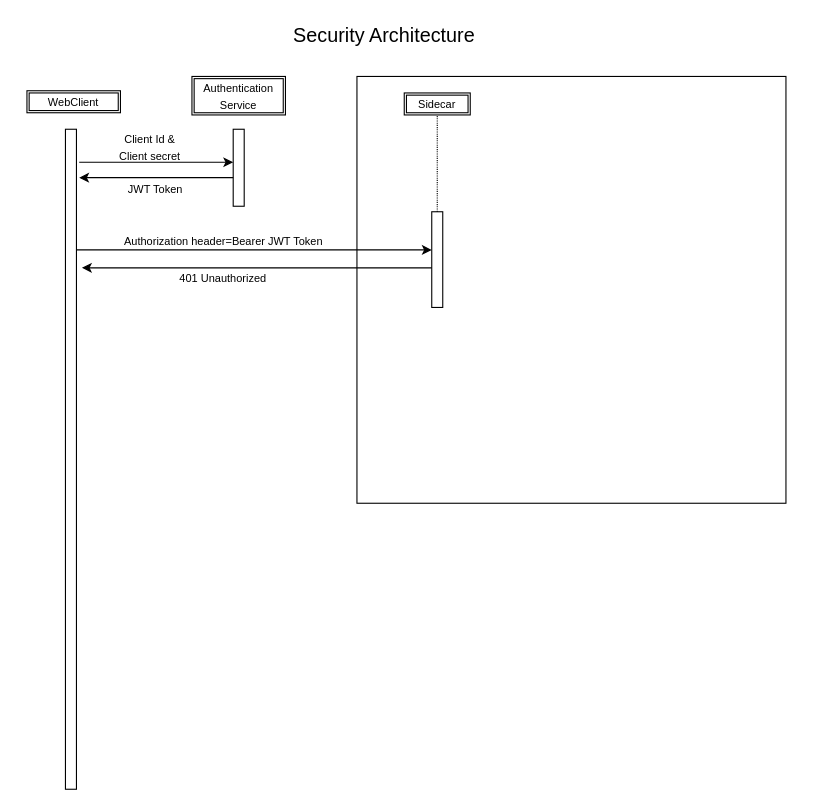
Earlier version of the draw.io diagram Security.drawio (rod-ag/Technical-Documentation). Source tidied: cells renumbered, new cells numbered last; positions are measured from the earlier drawing's top-left corner, leaving out a move shared by most shapes. Both pictures are drawn from the tidied source at 110%, with x=0, y=0 at pixel (26, 19).
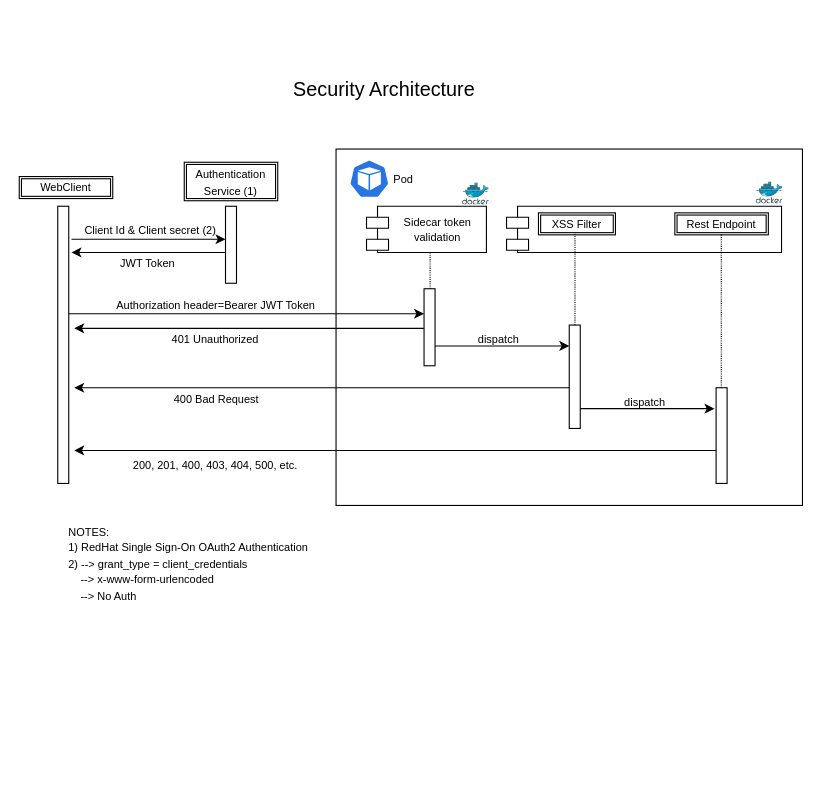
After the change.

Change to the diagram source:
```diff
@@
+    <mxCell id="11" style="rounded=0;whiteSpace=wrap;html=1;" parent="1" vertex="1">
+      <mxGeometry x="281" y="118" width="424" height="324" as="geometry" />
+    </mxCell>
+    <mxCell id="19" style="shape=module;align=left;spacingLeft=20;align=center;verticalAlign=top;whiteSpace=wrap;html=1;" parent="1" vertex="1">
+      <mxGeometry x="436" y="170" width="250" height="42" as="geometry" />
+    </mxCell>
     <mxCell id="2" value="&lt;div&gt;&lt;font style=&quot;font-size: 10px;&quot;&gt;WebClient&lt;/font&gt;&lt;/div&gt;" style="shape=ext;double=1;rounded=0;whiteSpace=wrap;html=1;" parent="1" vertex="1">
-      <mxGeometry y="65" width="85" height="20" as="geometry" />
+      <mxGeometry x="-7" y="143" width="85" height="20" as="geometry" />
     </mxCell>
     <mxCell id="3" style="html=1;perimeter=orthogonalPerimeter;targetShapes=umlLifeline;newEdgeStyle={&quot;curved&quot;:0,&quot;rounded&quot;:0};" parent="1" vertex="1">
-      <mxGeometry x="35" y="100" width="10" height="600" as="geometry" />
+      <mxGeometry x="28" y="170" width="10" height="252" as="geometry" />
     </mxCell>
-    <mxCell id="4" value="&lt;font style=&quot;font-size: 10px;&quot;&gt;Authentication Service&lt;/font&gt;" style="shape=ext;double=1;rounded=0;whiteSpace=wrap;html=1;" parent="1" vertex="1">
-      <mxGeometry x="150" y="52" width="85" height="35" as="geometry" />
+    <mxCell id="4" value="&lt;font style=&quot;font-size: 10px;&quot;&gt;Authentication Service (1)&lt;/font&gt;" style="shape=ext;double=1;rounded=0;whiteSpace=wrap;html=1;" parent="1" vertex="1">
+      <mxGeometry x="143" y="130" width="85" height="35" as="geometry" />
     </mxCell>
     <mxCell id="5" style="endArrow=classic;html=1;rounded=0;" parent="1" edge="1">
       <mxGeometry relative="1" as="geometry">
-        <mxPoint x="47.5" y="130" as="sourcePoint" />
-        <mxPoint x="187.5" y="130" as="targetPoint" />
+        <mxPoint x="40.5" y="200" as="sourcePoint" />
+        <mxPoint x="180.5" y="200" as="targetPoint" />
       </mxGeometry>
     </mxCell>
     <mxCell id="6" style="html=1;perimeter=orthogonalPerimeter;targetShapes=umlLifeline;newEdgeStyle={&quot;curved&quot;:0,&quot;rounded&quot;:0};" parent="1" vertex="1">
-      <mxGeometry x="187.5" y="100" width="10" height="70" as="geometry" />
+      <mxGeometry x="180.5" y="170" width="10" height="70" as="geometry" />
     </mxCell>
-    <mxCell id="7" value="&lt;font style=&quot;font-size: 10px;&quot;&gt;Client Id &amp;amp; Client secret&lt;/font&gt;" style="text;html=1;whiteSpace=wrap;strokeColor=none;fillColor=none;align=center;verticalAlign=middle;rounded=0;" parent="1" vertex="1">
-      <mxGeometry x="77" y="106" width="70" height="20" as="geometry" />
+    <mxCell id="7" value="&lt;font style=&quot;font-size: 10px;&quot;&gt;Client Id &amp;amp; Client secret&lt;/font&gt;&lt;font style=&quot;font-size: 10px;&quot;&gt;&amp;nbsp;(2)&lt;/font&gt;" style="text;html=1;whiteSpace=wrap;strokeColor=none;fillColor=none;align=center;verticalAlign=middle;rounded=0;" parent="1" vertex="1">
+      <mxGeometry x="49.5" y="182" width="125" height="20" as="geometry" />
     </mxCell>
     <mxCell id="8" style="endArrow=classic;html=1;rounded=0;" parent="1" edge="1">
       <mxGeometry relative="1" as="geometry">
-        <mxPoint x="187.5" y="144" as="sourcePoint" />
-        <mxPoint x="47.5" y="144" as="targetPoint" />
+        <mxPoint x="180.5" y="212" as="sourcePoint" />
+        <mxPoint x="40.5" y="212" as="targetPoint" />
       </mxGeometry>
     </mxCell>
     <mxCell id="9" value="&lt;font style=&quot;font-size: 10px;&quot;&gt;JWT Token&lt;/font&gt;" style="text;html=1;whiteSpace=wrap;strokeColor=none;fillColor=none;align=center;verticalAlign=middle;rounded=0;" parent="1" vertex="1">
-      <mxGeometry x="82" y="144" width="70" height="20" as="geometry" />
+      <mxGeometry x="75" y="212" width="70" height="20" as="geometry" />
     </mxCell>
     <mxCell id="10" value="&lt;font style=&quot;font-size: 18px;&quot;&gt;Security Architecture&lt;/font&gt;" style="text;html=1;whiteSpace=wrap;strokeColor=none;fillColor=none;align=center;verticalAlign=middle;rounded=0;" parent="1" vertex="1">
-      <mxGeometry x="230" width="190" height="30" as="geometry" />
+      <mxGeometry x="230" y="49" width="190" height="30" as="geometry" />
     </mxCell>
-    <mxCell id="11" style="rounded=0;whiteSpace=wrap;html=1;" parent="1" vertex="1">
-      <mxGeometry x="300" y="52" width="390" height="388" as="geometry" />
-    </mxCell>
-    <mxCell id="12" value="&lt;div&gt;&lt;font style=&quot;font-size: 10px;&quot;&gt;Sidecar&lt;/font&gt;&lt;/div&gt;" style="shape=ext;double=1;rounded=0;whiteSpace=wrap;html=1;" parent="1" vertex="1">
-      <mxGeometry x="343" y="67" width="60" height="20" as="geometry" />
-    </mxCell>
     <mxCell id="13" style="html=1;points=[[0,0,0,0,5],[0,1,0,0,-5],[1,0,0,0,5],[1,1,0,0,-5]];perimeter=orthogonalPerimeter;outlineConnect=0;targetShapes=umlLifeline;portConstraint=eastwest;newEdgeStyle={&quot;curved&quot;:0,&quot;rounded&quot;:0};" parent="1" vertex="1">
-      <mxGeometry x="368" y="175" width="10" height="87" as="geometry" />
+      <mxGeometry x="361" y="245" width="10" height="70" as="geometry" />
     </mxCell>
-    <mxCell id="14" style="endArrow=none;dashed=1;html=1;rounded=0;dashPattern=1 1;entryX=0.5;entryY=1;entryDx=0;entryDy=0;" parent="1" edge="1" source="13" target="12">
-      <mxGeometry relative="1" as="geometry" />
+    <mxCell id="14" style="endArrow=none;dashed=1;html=1;rounded=0;dashPattern=1 1;entryX=0.5;entryY=1;entryDx=0;entryDy=0;" parent="1" edge="1">
+      <mxGeometry relative="1" as="geometry">
+        <mxPoint x="366.5" y="245" as="sourcePoint" />
+        <mxPoint x="366.5" y="197" as="targetPoint" />
+      </mxGeometry>
     </mxCell>
-    <mxCell id="15" style="endArrow=classic;html=1;rounded=0;" parent="1" edge="1" target="13">
+    <mxCell id="15" style="endArrow=classic;html=1;rounded=0;" parent="1" edge="1">
       <mxGeometry relative="1" as="geometry">
-        <mxPoint x="45" y="209.7" as="sourcePoint" />
+        <mxPoint x="38" y="267.7" as="sourcePoint" />
+        <mxPoint x="361" y="267.7" as="targetPoint" />
       </mxGeometry>
     </mxCell>
     <mxCell id="16" value="&lt;div&gt;&lt;font style=&quot;font-size: 10px;&quot;&gt;Authorization header=Bearer JWT Token&lt;/font&gt;&lt;/div&gt;" style="text;html=1;whiteSpace=wrap;strokeColor=none;fillColor=none;align=center;verticalAlign=middle;rounded=0;" parent="1" vertex="1">
-      <mxGeometry x="77" y="192" width="204" height="20" as="geometry" />
+      <mxGeometry x="70" y="250" width="204" height="20" as="geometry" />
     </mxCell>
     <mxCell id="17" style="endArrow=classic;html=1;rounded=0;" parent="1" edge="1">
       <mxGeometry relative="1" as="geometry">
-        <mxPoint x="368" y="226" as="sourcePoint" />
-        <mxPoint x="50" y="226" as="targetPoint" />
+        <mxPoint x="361" y="281" as="sourcePoint" />
+        <mxPoint x="43" y="281" as="targetPoint" />
       </mxGeometry>
     </mxCell>
     <mxCell id="18" value="&lt;font style=&quot;font-size: 10px;&quot;&gt;401 Unauthorized&lt;/font&gt;" style="text;html=1;whiteSpace=wrap;strokeColor=none;fillColor=none;align=center;verticalAlign=middle;rounded=0;" parent="1" vertex="1">
-      <mxGeometry x="133" y="225" width="91" height="20" as="geometry" />
+      <mxGeometry x="126" y="281" width="91" height="20" as="geometry" />
     </mxCell>
+    <mxCell id="20" style="endArrow=classic;html=1;rounded=0;" parent="1" edge="1">
+      <mxGeometry relative="1" as="geometry">
+        <mxPoint x="371" y="297" as="sourcePoint" />
+        <mxPoint x="493" y="297" as="targetPoint" />
+      </mxGeometry>
+    </mxCell>
+    <mxCell id="21" value="&lt;font style=&quot;font-size: 10px;&quot;&gt;dispatch&lt;/font&gt;" style="text;html=1;whiteSpace=wrap;strokeColor=none;fillColor=none;align=center;verticalAlign=middle;rounded=0;" parent="1" vertex="1">
+      <mxGeometry x="394" y="281" width="70" height="20" as="geometry" />
+    </mxCell>
+    <mxCell id="22" style="html=1;points=[[0,0,0,0,5],[0,1,0,0,-5],[1,0,0,0,5],[1,1,0,0,-5]];perimeter=orthogonalPerimeter;outlineConnect=0;targetShapes=umlLifeline;portConstraint=eastwest;newEdgeStyle={&quot;curved&quot;:0,&quot;rounded&quot;:0};" parent="1" vertex="1">
+      <mxGeometry x="626.5" y="335" width="10" height="87" as="geometry" />
+    </mxCell>
+    <mxCell id="23" style="sketch=0;html=1;dashed=0;whitespace=wrap;verticalLabelPosition=bottom;verticalAlign=top;fillColor=#2875E2;strokeColor=#ffffff;shape=mxgraph.kubernetes.icon2;prIcon=pod;" parent="1" vertex="1">
+      <mxGeometry x="293" y="127.5" width="36.5" height="35" as="geometry" />
+    </mxCell>
+    <mxCell id="24" value="&lt;font style=&quot;font-size: 10px;&quot;&gt;Pod&lt;/font&gt;" style="text;html=1;whiteSpace=wrap;strokeColor=none;fillColor=none;align=center;verticalAlign=middle;rounded=0;" parent="1" vertex="1">
+      <mxGeometry x="324" y="139" width="36.5" height="12" as="geometry" />
+    </mxCell>
+    <mxCell id="25" value="&lt;font style=&quot;font-size: 10px;&quot;&gt;Rest Endpoint&lt;/font&gt;" style="shape=ext;double=1;rounded=0;whiteSpace=wrap;html=1;" parent="1" vertex="1">
+      <mxGeometry x="589" y="176" width="85" height="20" as="geometry" />
+    </mxCell>
+    <mxCell id="26" style="endArrow=none;dashed=1;html=1;rounded=0;dashPattern=1 1;entryX=0.5;entryY=1;entryDx=0;entryDy=0;" parent="1" edge="1" source="22">
+      <mxGeometry relative="1" as="geometry">
+        <mxPoint x="631.2" y="195" as="targetPoint" />
+      </mxGeometry>
+    </mxCell>
+    <mxCell id="27" value="&lt;font style=&quot;font-size: 10px;&quot;&gt;XSS Filter&lt;/font&gt;" style="shape=ext;double=1;rounded=0;whiteSpace=wrap;html=1;" parent="1" vertex="1">
+      <mxGeometry x="465" y="176" width="70" height="20" as="geometry" />
+    </mxCell>
+    <mxCell id="28" style="html=1;points=[[0,0,0,0,5],[0,1,0,0,-5],[1,0,0,0,5],[1,1,0,0,-5]];perimeter=orthogonalPerimeter;outlineConnect=0;targetShapes=umlLifeline;portConstraint=eastwest;newEdgeStyle={&quot;curved&quot;:0,&quot;rounded&quot;:0};" parent="1" vertex="1">
+      <mxGeometry x="493" y="278" width="10" height="94" as="geometry" />
+    </mxCell>
+    <mxCell id="29" style="endArrow=none;dashed=1;html=1;rounded=0;dashPattern=1 1;entryX=0.5;entryY=1;entryDx=0;entryDy=0;" parent="1" edge="1" source="28">
+      <mxGeometry relative="1" as="geometry">
+        <mxPoint x="498.2" y="195" as="targetPoint" />
+      </mxGeometry>
+    </mxCell>
+    <mxCell id="30" style="endArrow=classic;html=1;rounded=0;" parent="1" edge="1">
+      <mxGeometry relative="1" as="geometry">
+        <mxPoint x="493" y="335" as="sourcePoint" />
+        <mxPoint x="43" y="335" as="targetPoint" />
+      </mxGeometry>
+    </mxCell>
+    <mxCell id="31" value="&lt;font style=&quot;font-size: 10px;&quot;&gt;400 Bad Request&lt;/font&gt;" style="text;html=1;whiteSpace=wrap;strokeColor=none;fillColor=none;align=center;verticalAlign=middle;rounded=0;" parent="1" vertex="1">
+      <mxGeometry x="127" y="335" width="91" height="20" as="geometry" />
+    </mxCell>
+    <mxCell id="32" style="endArrow=classic;html=1;rounded=0;" parent="1" edge="1">
+      <mxGeometry relative="1" as="geometry">
+        <mxPoint x="503" y="354" as="sourcePoint" />
+        <mxPoint x="625" y="354" as="targetPoint" />
+      </mxGeometry>
+    </mxCell>
+    <mxCell id="33" value="&lt;font style=&quot;font-size: 10px;&quot;&gt;dispatch&lt;/font&gt;" style="text;html=1;whiteSpace=wrap;strokeColor=none;fillColor=none;align=center;verticalAlign=middle;rounded=0;" parent="1" vertex="1">
+      <mxGeometry x="527" y="338" width="70" height="20" as="geometry" />
+    </mxCell>
+    <mxCell id="34" style="endArrow=classic;html=1;rounded=0;" parent="1" edge="1">
+      <mxGeometry relative="1" as="geometry">
+        <mxPoint x="626.5" y="392" as="sourcePoint" />
+        <mxPoint x="43" y="392" as="targetPoint" />
+      </mxGeometry>
+    </mxCell>
+    <mxCell id="35" value="&lt;font style=&quot;font-size: 10px;&quot;&gt;200, 201, 400, 403, 404, 500, etc.&lt;/font&gt;" style="text;html=1;whiteSpace=wrap;strokeColor=none;fillColor=none;align=center;verticalAlign=middle;rounded=0;" parent="1" vertex="1">
+      <mxGeometry x="87.2" y="395" width="168.5" height="20" as="geometry" />
+    </mxCell>
+    <mxCell id="36" style="image;sketch=0;html=1;align=center;fontSize=12;image=img/lib/mscae/Docker.svg;" parent="1" vertex="1">
+      <mxGeometry x="396" y="149" width="24.4" height="20" as="geometry" />
+    </mxCell>
+    <mxCell id="37" value="&lt;font style=&quot;font-size: 10px;&quot;&gt;Sidecar token validation&lt;/font&gt;" style="shape=module;align=left;spacingLeft=20;align=center;verticalAlign=top;whiteSpace=wrap;html=1;" parent="1" vertex="1">
+      <mxGeometry x="308.7" y="170" width="109" height="42" as="geometry" />
+    </mxCell>
+    <mxCell id="38" style="image;sketch=0;html=1;align=center;fontSize=12;image=img/lib/mscae/Docker.svg;" parent="1" vertex="1">
+      <mxGeometry x="663" y="148" width="24.4" height="20" as="geometry" />
+    </mxCell>
+    <mxCell id="39" value="&lt;font style=&quot;font-size: 10px;&quot;&gt;NOTES:&lt;br&gt;1) RedHat Single Sign-On OAuth2 Authentication&lt;br&gt;2) --&amp;gt; grant_type = client_credentials&lt;br&gt;&lt;/font&gt;&lt;div&gt;&lt;font style=&quot;font-size: 10px;&quot;&gt;&amp;nbsp; &amp;nbsp; --&amp;gt; x-www-form-urlencoded&lt;/font&gt;&lt;/div&gt;&lt;div&gt;&lt;font style=&quot;font-size: 10px;&quot;&gt;&amp;nbsp; &amp;nbsp; --&amp;gt; No Auth&lt;/font&gt;&lt;/div&gt;" style="text;html=1;whiteSpace=wrap;strokeColor=none;fillColor=none;align=left;verticalAlign=top;rounded=0;" parent="1" vertex="1">
+      <mxGeometry x="35.5" y="452" width="230" height="87" as="geometry" />
+    </mxCell>
```
